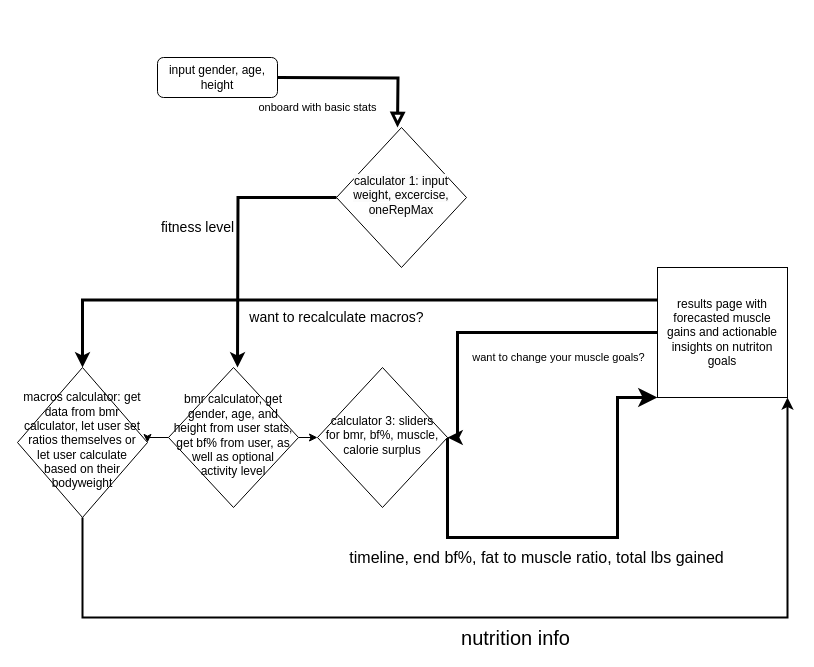
Above: Untitled Diagram.drawio in thinklikeadesigner/FlexFactor-V2 (draw.io), before the change. Source tidied: cells renumbered, new cells numbered last; positions are measured from the earlier drawing's top-left corner, leaving out a move shared by most shapes. Both pictures are drawn from the tidied source at 100%, with x=0, y=0 at pixel (17, 57).
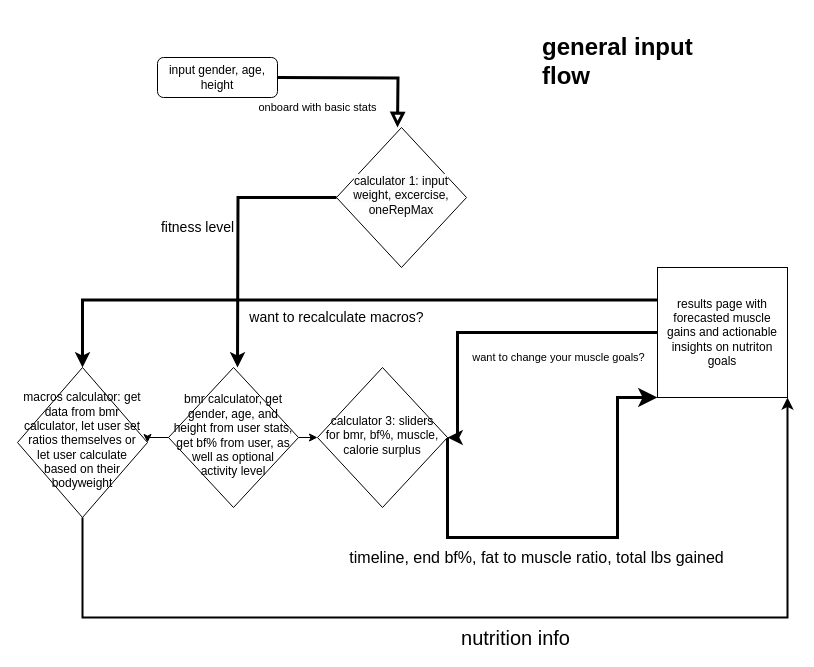
The same diagram, later.

Diff of the diagram source:
```diff
@@
+    <mxCell id="16" value="&lt;h1&gt;general input flow&lt;/h1&gt;" style="text;html=1;strokeColor=none;fillColor=none;spacing=5;spacingTop=-20;whiteSpace=wrap;overflow=hidden;rounded=0;" parent="1" vertex="1">
+      <mxGeometry x="520" y="-30" width="190" height="120" as="geometry" />
+    </mxCell>
```
